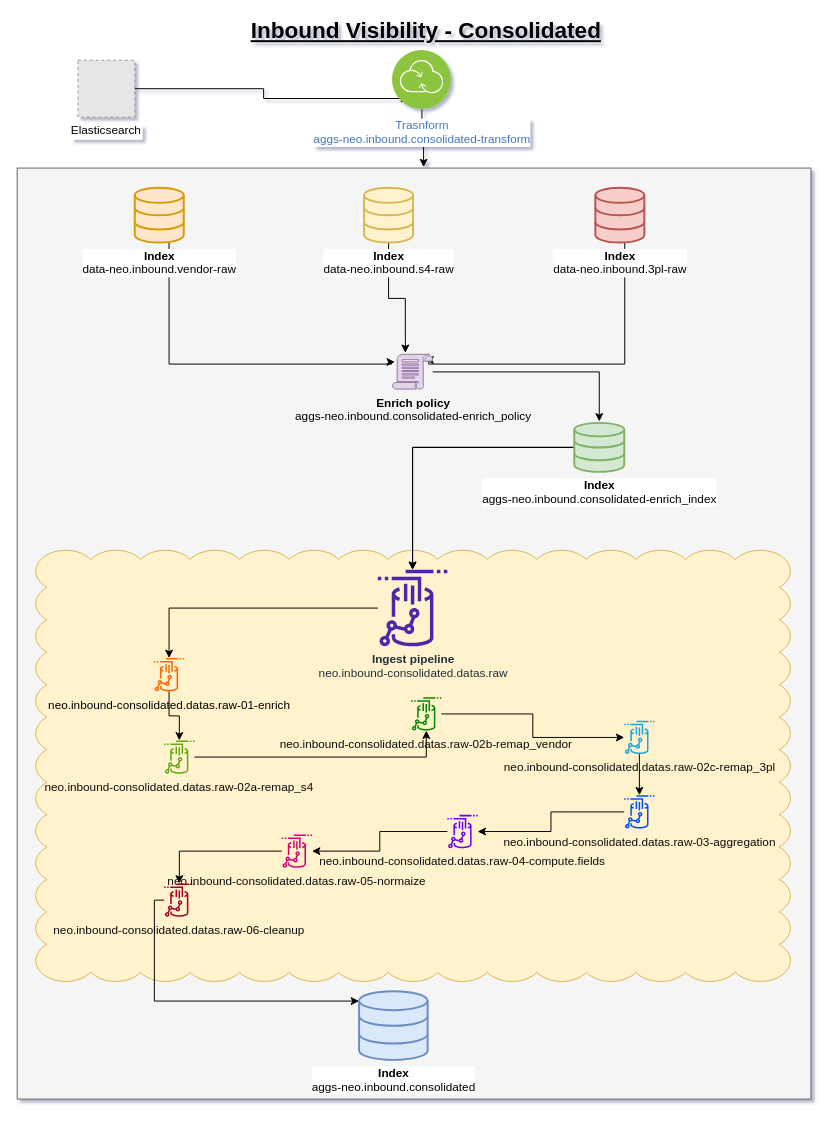
Before: Inbound_Visibility-Consolidated.drawio in baranharis/Diagram-LOREAL, a draw.io diagram. Source tidied: cells renumbered, new cells numbered last; positions are measured from the earlier drawing's top-left corner, leaving out a move shared by most shapes. Both pictures are drawn from the tidied source at 98%, with x=0, y=0 at pixel (17, 21). Pictures stored in the file or linked from it are replaced by grey dashed boxes.
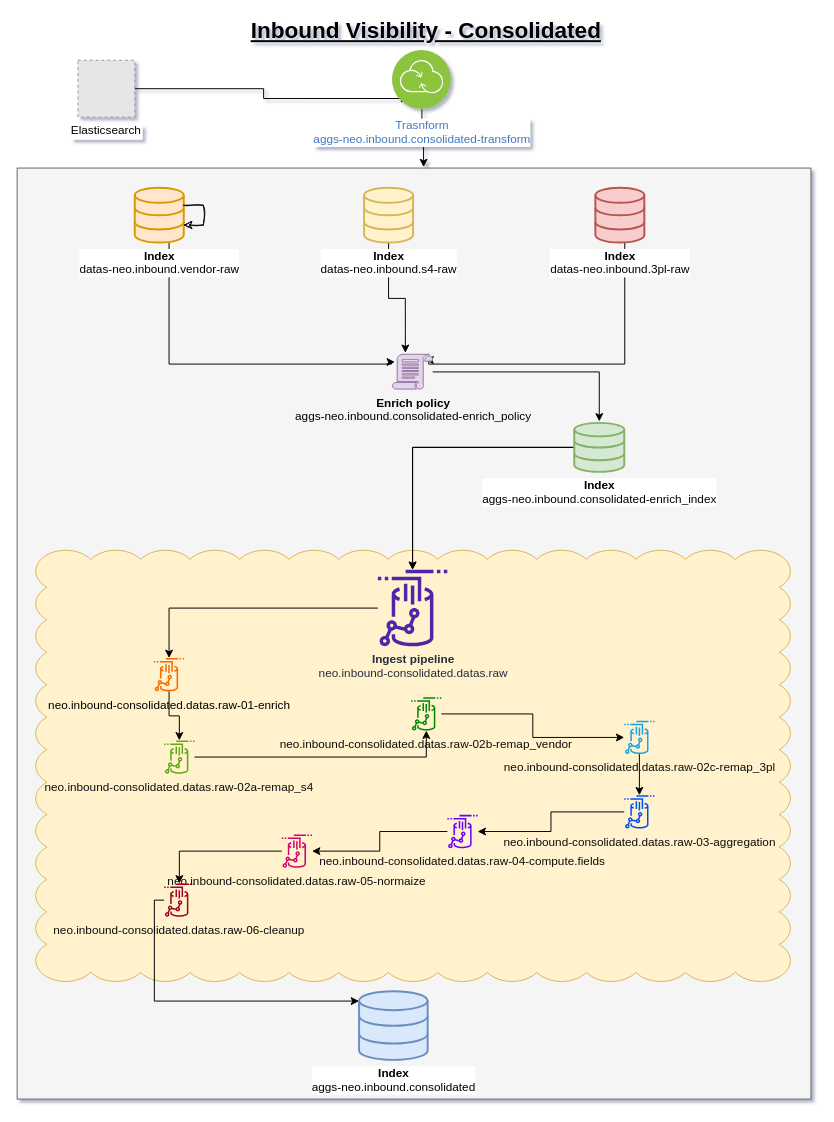
The same page after the edit.

Commit message:
Mettre à jour Inbound_Visibility-Consolidated.drawio

What changed in the source:
```diff
@@
-    <mxCell id="5" value="&lt;b style=&quot;border-color: var(--border-color);&quot;&gt;Index&lt;/b&gt;&lt;br style=&quot;border-color: var(--border-color);&quot;&gt;data-neo.inbound.vendor-raw" style="html=1;verticalLabelPosition=bottom;align=center;labelBackgroundColor=#ffffff;verticalAlign=top;strokeWidth=2;strokeColor=#d79b00;shadow=0;dashed=0;shape=mxgraph.ios7.icons.data;fillColor=#ffe6cc;" parent="1" vertex="1">
+    <mxCell id="5" value="&lt;b style=&quot;border-color: var(--border-color);&quot;&gt;Index&lt;/b&gt;&lt;br style=&quot;border-color: var(--border-color);&quot;&gt;datas-neo.inbound.vendor-raw" style="html=1;verticalLabelPosition=bottom;align=center;labelBackgroundColor=#ffffff;verticalAlign=top;strokeWidth=2;strokeColor=#d79b00;shadow=0;dashed=0;shape=mxgraph.ios7.icons.data;fillColor=#ffe6cc;" parent="1" vertex="1">
       <mxGeometry x="120" y="170" width="50" height="56" as="geometry" />
     </mxCell>
@@
-    <mxCell id="7" value="&lt;b&gt;Index&lt;/b&gt;&lt;br&gt;data-neo.inbound.s4-raw" style="html=1;verticalLabelPosition=bottom;align=center;labelBackgroundColor=#ffffff;verticalAlign=top;strokeWidth=2;strokeColor=#d6b656;shadow=0;dashed=0;shape=mxgraph.ios7.icons.data;fillColor=#fff2cc;" parent="1" vertex="1">
+    <mxCell id="7" value="&lt;b&gt;Index&lt;/b&gt;&lt;br&gt;datas-neo.inbound.s4-raw" style="html=1;verticalLabelPosition=bottom;align=center;labelBackgroundColor=#ffffff;verticalAlign=top;strokeWidth=2;strokeColor=#d6b656;shadow=0;dashed=0;shape=mxgraph.ios7.icons.data;fillColor=#fff2cc;" parent="1" vertex="1">
       <mxGeometry x="354" y="170" width="50" height="56" as="geometry" />
     </mxCell>
@@
-    <mxCell id="9" value="&lt;b&gt;Index&lt;/b&gt;&lt;br&gt;data-neo.inbound.3pl-raw" style="html=1;verticalLabelPosition=bottom;align=center;labelBackgroundColor=#ffffff;verticalAlign=top;strokeWidth=2;strokeColor=#b85450;shadow=0;dashed=0;shape=mxgraph.ios7.icons.data;fillColor=#f8cecc;" parent="1" vertex="1">
+    <mxCell id="9" value="&lt;b&gt;Index&lt;/b&gt;&lt;br&gt;datas-neo.inbound.3pl-raw" style="html=1;verticalLabelPosition=bottom;align=center;labelBackgroundColor=#ffffff;verticalAlign=top;strokeWidth=2;strokeColor=#b85450;shadow=0;dashed=0;shape=mxgraph.ios7.icons.data;fillColor=#f8cecc;" parent="1" vertex="1">
       <mxGeometry x="590" y="170" width="50" height="56" as="geometry" />
     </mxCell>
@@
+    <mxCell id="39" style="edgeStyle=orthogonalEdgeStyle;rounded=0;sketch=1;hachureGap=4;jiggle=2;curveFitting=1;orthogonalLoop=1;jettySize=auto;html=1;fontFamily=Architects Daughter;fontSize=16;" parent="1" edge="1" source="5" target="5">
+      <mxGeometry relative="1" as="geometry" />
+    </mxCell>
```
